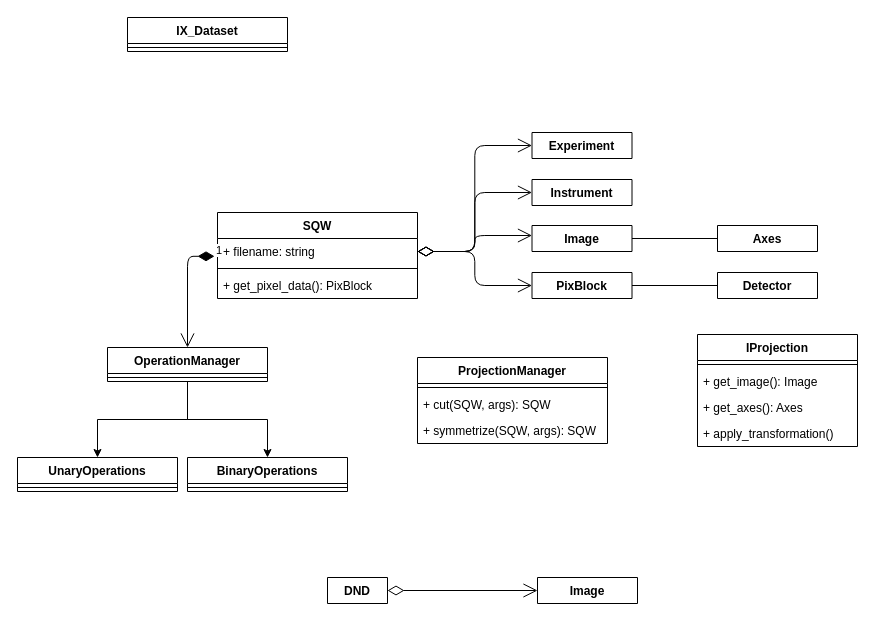
Earlier version of the draw.io diagram documentation/diagrams/sqw-dnd.drawio (pace-neutrons/Horace). Source tidied: cells renumbered, new cells numbered last; positions are measured from the earlier drawing's top-left corner, leaving out a move shared by most shapes. Both pictures are drawn from the tidied source at 100%, with x=0, y=0 at pixel (17, 17).
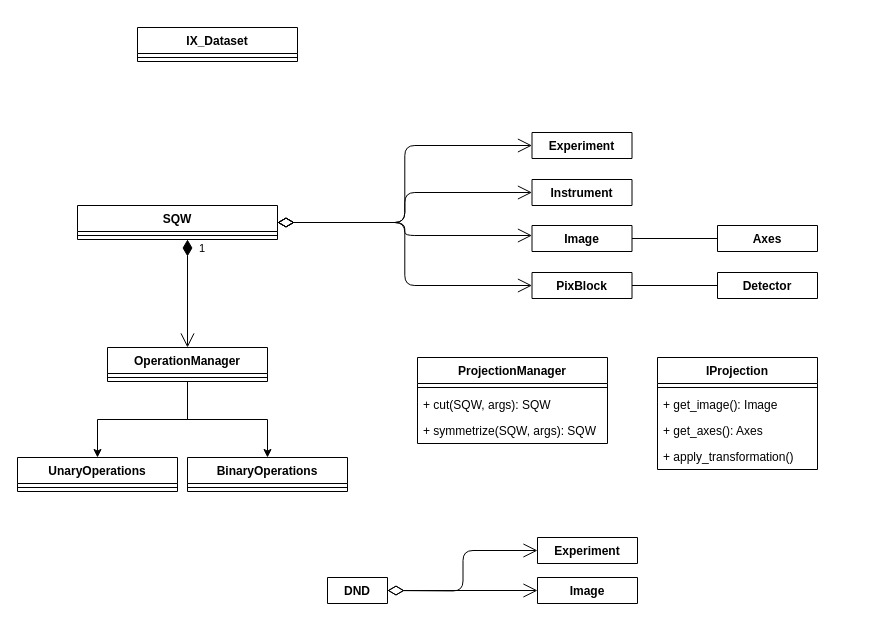
The same diagram, later.

The change refers to these unchanged cells:
```xml
<mxCell id="7" value="PixBlock" style="swimlane;fontStyle=1;align=center;verticalAlign=top;horizontal=1;startSize=26;" parent="1" vertex="1" collapsed="1">
  <mxGeometry x="514.5" y="255" width="100" height="26" as="geometry" />
</mxCell>
<mxCell id="8" value="Experiment" style="swimlane;fontStyle=1;align=center;verticalAlign=top;horizontal=1;startSize=26;" parent="1" vertex="1" collapsed="1">
  <mxGeometry x="514.5" y="115" width="100" height="26" as="geometry" />
</mxCell>
<mxCell id="9" value="Instrument" style="swimlane;fontStyle=1;align=center;verticalAlign=top;horizontal=1;startSize=26;" parent="1" vertex="1" collapsed="1">
  <mxGeometry x="514.5" y="162" width="100" height="26" as="geometry" />
</mxCell>
<mxCell id="18" value="Image" style="swimlane;fontStyle=1;align=center;verticalAlign=top;horizontal=1;startSize=26;" parent="1" vertex="1" collapsed="1">
  <mxGeometry x="514.5" y="208" width="100" height="26" as="geometry" />
</mxCell>
<mxCell id="25" value="OperationManager" style="swimlane;fontStyle=1;align=center;verticalAlign=top;horizontal=1;startSize=26;" parent="1" vertex="1">
  <mxGeometry x="90" y="330" width="160" height="34" as="geometry" />
</mxCell>
```

What changed in the source:
```diff
@@
     <mxCell id="2" value="IProjection" style="swimlane;fontStyle=1;align=center;verticalAlign=top;horizontal=1;startSize=26;" parent="1" vertex="1">
-      <mxGeometry x="680" y="317" width="160" height="112" as="geometry" />
+      <mxGeometry x="640" y="340" width="160" height="112" as="geometry" />
     </mxCell>
@@
     <mxCell id="11" value="SQW" style="swimlane;fontStyle=1;align=center;verticalAlign=top;horizontal=1;startSize=26;" parent="1" vertex="1">
-      <mxGeometry x="200" y="195" width="200" height="86" as="geometry" />
+      <mxGeometry x="60" y="188" width="200" height="34" as="geometry" />
     </mxCell>
-    <mxCell id="12" value="+ filename: string" style="text;strokeColor=none;fillColor=none;align=left;verticalAlign=top;spacingLeft=4;spacingRight=4;overflow=hidden;points=[[0,0.5],[1,0.5]];portConstraint=eastwest;" parent="11" vertex="1">
-      <mxGeometry y="26" width="200" height="26" as="geometry" />
-    </mxCell>
     <mxCell id="13" style="line;strokeWidth=1;fillColor=none;align=left;verticalAlign=middle;spacingTop=-1;spacingLeft=3;spacingRight=3;labelPosition=right;points=[];portConstraint=eastwest;" parent="11" vertex="1">
-      <mxGeometry y="52" width="200" height="8" as="geometry" />
+      <mxGeometry y="26" width="200" height="8" as="geometry" />
     </mxCell>
-    <mxCell id="14" value="+ get_pixel_data(): PixBlock" style="text;strokeColor=none;fillColor=none;align=left;verticalAlign=top;spacingLeft=4;spacingRight=4;overflow=hidden;" parent="11" vertex="1">
-      <mxGeometry y="60" width="200" height="26" as="geometry" />
-    </mxCell>
-    <mxCell id="15" style="endArrow=open;html=1;endSize=12;startArrow=diamondThin;startSize=14;startFill=0;edgeStyle=orthogonalEdgeStyle;align=left;verticalAlign=bottom;exitX=1;exitY=0.5;exitDx=0;exitDy=0;entryX=0;entryY=0.5;entryDx=0;entryDy=0;" parent="1" edge="1" source="12" target="9">
+    <mxCell id="15" style="endArrow=open;html=1;endSize=12;startArrow=diamondThin;startSize=14;startFill=0;edgeStyle=orthogonalEdgeStyle;align=left;verticalAlign=bottom;exitX=1;exitY=0.5;exitDx=0;exitDy=0;entryX=0;entryY=0.5;entryDx=0;entryDy=0;" parent="1" edge="1" source="11" target="9">
       <mxGeometry x="-1" y="3" relative="1" as="geometry" />
     </mxCell>
-    <mxCell id="16" style="endArrow=open;html=1;endSize=12;startArrow=diamondThin;startSize=14;startFill=0;edgeStyle=orthogonalEdgeStyle;align=left;verticalAlign=bottom;exitX=1;exitY=0.5;exitDx=0;exitDy=0;entryX=0;entryY=0.5;entryDx=0;entryDy=0;" parent="1" edge="1" source="12" target="8">
+    <mxCell id="16" style="endArrow=open;html=1;endSize=12;startArrow=diamondThin;startSize=14;startFill=0;edgeStyle=orthogonalEdgeStyle;align=left;verticalAlign=bottom;entryX=0;entryY=0.5;entryDx=0;entryDy=0;" parent="1" edge="1" source="11" target="8">
       <mxGeometry x="-1" y="3" relative="1" as="geometry" />
     </mxCell>
-    <mxCell id="17" style="endArrow=open;html=1;endSize=12;startArrow=diamondThin;startSize=14;startFill=0;edgeStyle=orthogonalEdgeStyle;align=left;verticalAlign=bottom;exitX=1;exitY=0.5;exitDx=0;exitDy=0;entryX=0;entryY=0.5;entryDx=0;entryDy=0;" parent="1" edge="1" source="12" target="7">
+    <mxCell id="17" style="endArrow=open;html=1;endSize=12;startArrow=diamondThin;startSize=14;startFill=0;edgeStyle=orthogonalEdgeStyle;align=left;verticalAlign=bottom;exitX=1;exitY=0.5;exitDx=0;exitDy=0;entryX=0;entryY=0.5;entryDx=0;entryDy=0;" parent="1" edge="1" source="11" target="7">
       <mxGeometry x="-1" y="3" relative="1" as="geometry" />
     </mxCell>
@@
-    <mxCell id="20" style="endArrow=open;html=1;endSize=12;startArrow=diamondThin;startSize=14;startFill=0;edgeStyle=orthogonalEdgeStyle;align=left;verticalAlign=bottom;exitX=1;exitY=0.5;exitDx=0;exitDy=0;entryX=0;entryY=0.385;entryDx=0;entryDy=0;entryPerimeter=0;" parent="1" edge="1" source="12" target="18">
+    <mxCell id="20" style="endArrow=open;html=1;endSize=12;startArrow=diamondThin;startSize=14;startFill=0;edgeStyle=orthogonalEdgeStyle;align=left;verticalAlign=bottom;exitX=1;exitY=0.5;exitDx=0;exitDy=0;entryX=0;entryY=0.385;entryDx=0;entryDy=0;entryPerimeter=0;" parent="1" edge="1" source="11" target="18">
       <mxGeometry x="-1" y="3" relative="1" as="geometry" />
     </mxCell>
@@
-    <mxCell id="29" value="1" style="endArrow=open;html=1;endSize=12;startArrow=diamondThin;startSize=14;startFill=1;edgeStyle=orthogonalEdgeStyle;align=left;verticalAlign=bottom;exitX=-0.015;exitY=0.685;exitDx=0;exitDy=0;exitPerimeter=0;entryX=0.5;entryY=0;entryDx=0;entryDy=0;" parent="1" edge="1" source="12" target="25">
-      <mxGeometry x="-1" y="3" relative="1" as="geometry" />
+    <mxCell id="29" value="1" style="endArrow=open;html=1;endSize=12;startArrow=diamondThin;startSize=14;startFill=1;edgeStyle=orthogonalEdgeStyle;align=left;verticalAlign=bottom;exitX=0.55;exitY=1;exitDx=0;exitDy=0;entryX=0.5;entryY=0;entryDx=0;entryDy=0;exitPerimeter=0;" parent="1" edge="1" source="13" target="25">
+      <mxGeometry x="-0.67" y="10" relative="1" as="geometry" />
     </mxCell>
@@
     <mxCell id="36" value="IX_Dataset" style="swimlane;fontStyle=1;align=center;verticalAlign=top;horizontal=1;startSize=26;" parent="1" vertex="1">
-      <mxGeometry x="110" width="160" height="34" as="geometry" />
+      <mxGeometry x="120" y="10" width="160" height="34" as="geometry" />
     </mxCell>
@@
+    <mxCell id="45" value="Experiment" style="swimlane;fontStyle=1;align=center;verticalAlign=top;horizontal=1;startSize=26;" parent="1" vertex="1" collapsed="1">
+      <mxGeometry x="520" y="520" width="100" height="26" as="geometry" />
+    </mxCell>
+    <mxCell id="46" style="endArrow=open;html=1;endSize=12;startArrow=diamondThin;startSize=14;startFill=0;edgeStyle=orthogonalEdgeStyle;align=left;verticalAlign=bottom;entryX=0;entryY=0.5;entryDx=0;entryDy=0;" parent="1" edge="1" target="45">
+      <mxGeometry x="-1" y="3" relative="1" as="geometry">
+        <mxPoint x="370" y="573" as="sourcePoint" />
+      </mxGeometry>
+    </mxCell>
```
